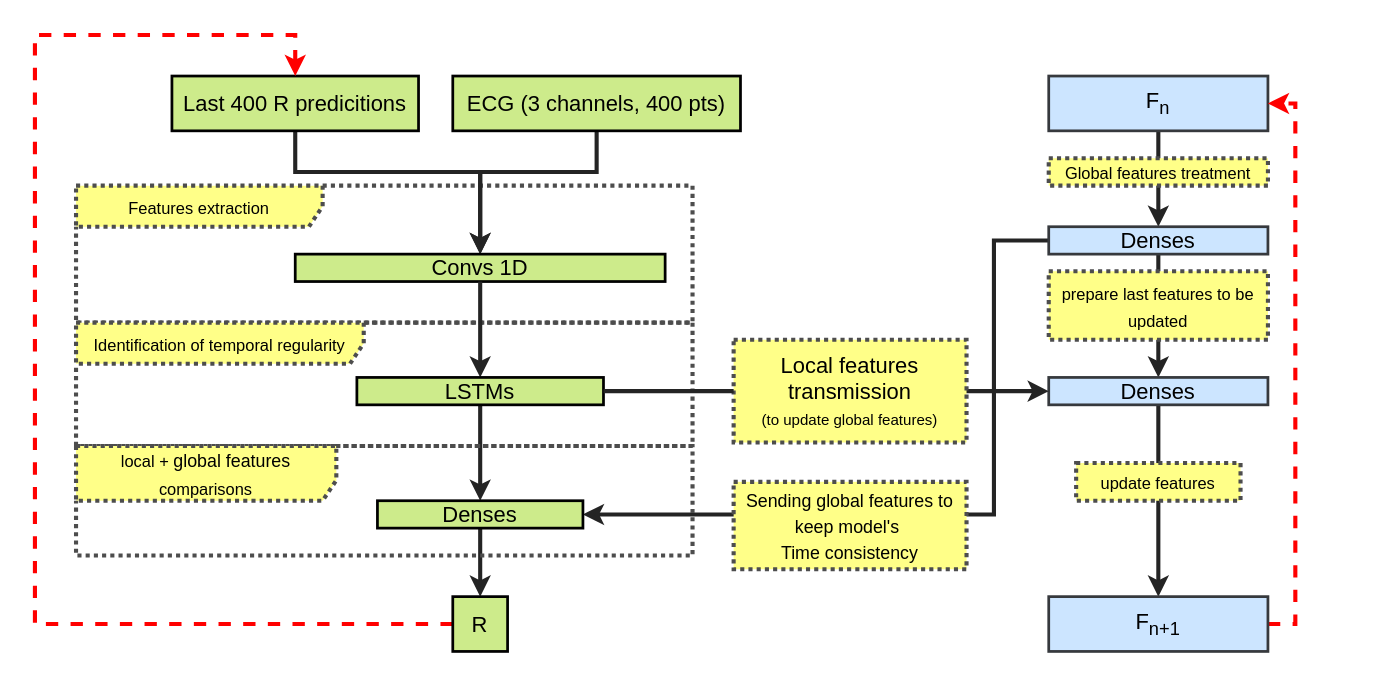
Earlier version of the draw.io diagram page "V-3" (3 of 5) of Model.drawio (melpiro/Chess). Source tidied: cells renumbered, new cells numbered last; positions are measured from the earlier drawing's top-left corner, leaving out a move shared by most shapes. Both pictures are drawn from the tidied source at 137%, with x=0, y=0 at pixel (34, 34).
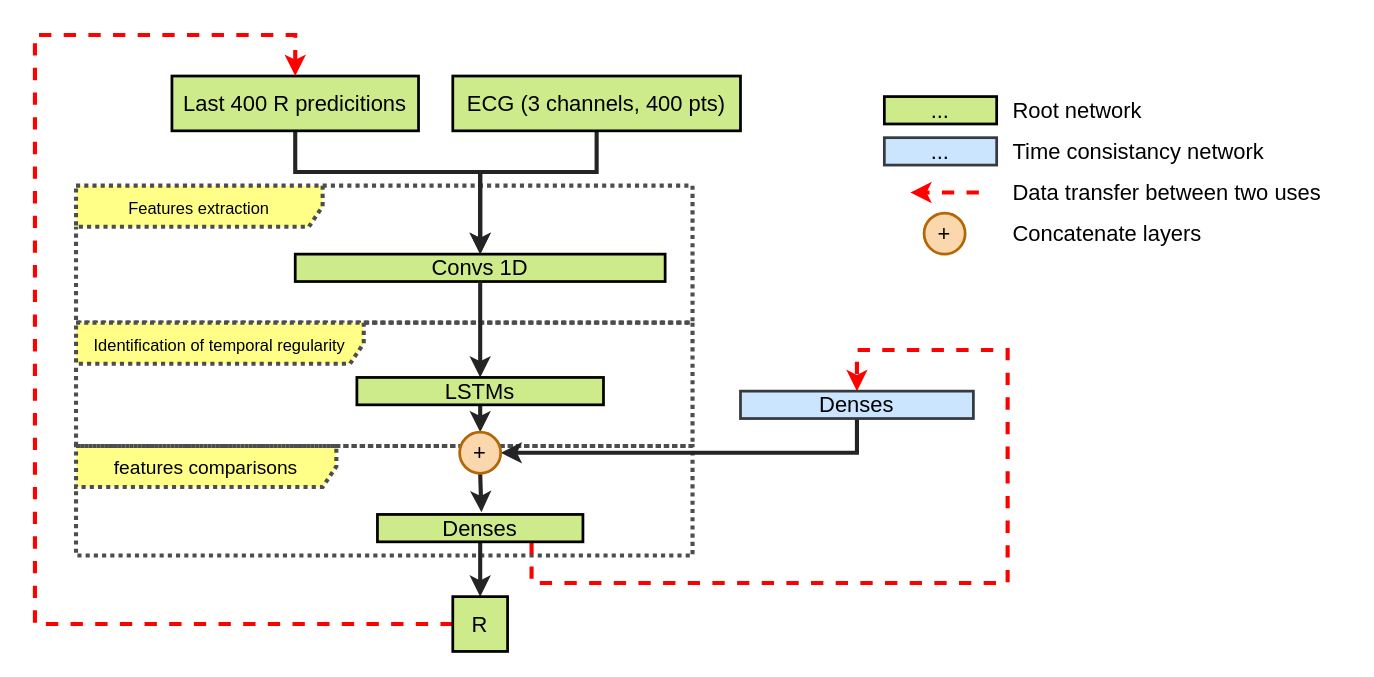
Above is the later version.

Unchanged cells that the change refers to:
```xml
<mxCell id="21" value="LSTMs" style="rounded=0;whiteSpace=wrap;html=1;fillColor=#cdeb8b;strokeColor=#000000;fontColor=#000000;fontSize=16;strokeWidth=2;" parent="1" vertex="1">
  <mxGeometry x="235" y="250" width="180" height="20" as="geometry" />
</mxCell>
```

The edit, as a diff of the source:
```diff
@@
+    <mxCell id="26" value="&lt;font style=&quot;font-size: 14px&quot;&gt;features&amp;nbsp;&lt;font style=&quot;font-size: 14px&quot;&gt;comparisons&lt;/font&gt;&lt;/font&gt;" style="shape=umlFrame;whiteSpace=wrap;html=1;fontSize=16;strokeWidth=3;fillColor=#ffff88;fontColor=#000000;dashed=1;width=190;height=30;dashPattern=1 1;strokeColor=#4D4D4D;" parent="1" vertex="1">
+      <mxGeometry x="30" y="300" width="450" height="80" as="geometry" />
+    </mxCell>
@@
-    <mxCell id="10" style="edgeStyle=orthogonalEdgeStyle;rounded=0;jettySize=auto;html=1;exitX=0.5;exitY=1;exitDx=0;exitDy=0;fontSize=16;fontColor=#000000;strokeColor=#242424;strokeWidth=3;entryX=0.5;entryY=0;entryDx=0;entryDy=0;" parent="1" edge="1" source="11" target="14">
-      <mxGeometry relative="1" as="geometry" />
-    </mxCell>
-    <mxCell id="11" value="&lt;font color=&quot;#000000&quot;&gt;F&lt;sub&gt;n&lt;/sub&gt;&lt;/font&gt;" style="rounded=0;whiteSpace=wrap;html=1;fillColor=#cce5ff;strokeColor=#36393d;fontSize=16;strokeWidth=2;" parent="1" vertex="1">
-      <mxGeometry x="740" y="30" width="160" height="40" as="geometry" />
-    </mxCell>
-    <mxCell id="12" style="edgeStyle=orthogonalEdgeStyle;rounded=0;jettySize=auto;html=1;exitX=0.5;exitY=1;exitDx=0;exitDy=0;entryX=0.5;entryY=0;entryDx=0;entryDy=0;fontSize=16;fontColor=#000000;strokeColor=#242424;strokeWidth=3;" parent="1" edge="1" source="14" target="16">
-      <mxGeometry relative="1" as="geometry" />
-    </mxCell>
-    <mxCell id="13" style="edgeStyle=orthogonalEdgeStyle;rounded=0;jettySize=auto;html=1;exitX=0;exitY=0.5;exitDx=0;exitDy=0;entryX=1;entryY=0.5;entryDx=0;entryDy=0;fontSize=16;fontColor=#000000;strokeColor=#242424;strokeWidth=3;" parent="1" edge="1" source="14" target="23">
-      <mxGeometry relative="1" as="geometry">
-        <Array as="points">
-          <mxPoint x="700" y="150" />
-          <mxPoint x="700" y="350" />
-        </Array>
-      </mxGeometry>
-    </mxCell>
-    <mxCell id="14" value="&lt;font color=&quot;#000000&quot;&gt;Denses&lt;/font&gt;" style="rounded=0;whiteSpace=wrap;html=1;fillColor=#cce5ff;strokeColor=#36393d;fontSize=16;strokeWidth=2;" parent="1" vertex="1">
-      <mxGeometry x="740" y="140" width="160" height="20" as="geometry" />
-    </mxCell>
-    <mxCell id="15" style="edgeStyle=orthogonalEdgeStyle;rounded=0;jettySize=auto;html=1;exitX=0.5;exitY=1;exitDx=0;exitDy=0;entryX=0.5;entryY=0;entryDx=0;entryDy=0;fontSize=16;fontColor=#000000;strokeColor=#242424;strokeWidth=3;" parent="1" edge="1" source="16" target="18">
-      <mxGeometry relative="1" as="geometry" />
-    </mxCell>
-    <mxCell id="16" value="&lt;font color=&quot;#000000&quot;&gt;Denses&lt;/font&gt;" style="rounded=0;whiteSpace=wrap;html=1;fillColor=#cce5ff;strokeColor=#36393d;fontSize=16;strokeWidth=2;" parent="1" vertex="1">
-      <mxGeometry x="740" y="250" width="160" height="20" as="geometry" />
-    </mxCell>
-    <mxCell id="17" style="edgeStyle=orthogonalEdgeStyle;rounded=0;jettySize=auto;html=1;exitX=1;exitY=0.5;exitDx=0;exitDy=0;entryX=1;entryY=0.5;entryDx=0;entryDy=0;fontSize=16;fontColor=#000000;strokeWidth=3;dashed=1;strokeColor=#FF0000;" parent="1" edge="1" source="18" target="11">
-      <mxGeometry relative="1" as="geometry">
-        <Array as="points">
-          <mxPoint x="920" y="430" />
-          <mxPoint x="920" y="50" />
-        </Array>
-      </mxGeometry>
-    </mxCell>
-    <mxCell id="18" value="&lt;font color=&quot;#000000&quot;&gt;F&lt;sub&gt;n+1&lt;/sub&gt;&lt;/font&gt;" style="rounded=0;whiteSpace=wrap;html=1;fillColor=#cce5ff;strokeColor=#36393d;fontSize=16;strokeWidth=2;" parent="1" vertex="1">
-      <mxGeometry x="740" y="410" width="160" height="40" as="geometry" />
-    </mxCell>
-    <mxCell id="19" style="edgeStyle=orthogonalEdgeStyle;rounded=0;jettySize=auto;html=1;exitX=0.5;exitY=1;exitDx=0;exitDy=0;fontSize=16;fontColor=#000000;strokeColor=#242424;strokeWidth=3;" parent="1" edge="1" source="21" target="23">
+    <mxCell id="19" style="edgeStyle=orthogonalEdgeStyle;rounded=0;jettySize=auto;html=1;exitX=0.5;exitY=1;exitDx=0;exitDy=0;fontSize=16;fontColor=#000000;strokeColor=#242424;strokeWidth=3;entryX=0.5;entryY=0;entryDx=0;entryDy=0;" parent="1" edge="1" source="21" target="37">
       <mxGeometry relative="1" as="geometry" />
     </mxCell>
-    <mxCell id="20" style="edgeStyle=orthogonalEdgeStyle;rounded=0;jettySize=auto;html=1;exitX=1;exitY=0.5;exitDx=0;exitDy=0;fontSize=16;fontColor=#000000;strokeColor=#242424;strokeWidth=3;entryX=0;entryY=0.5;entryDx=0;entryDy=0;startArrow=none;" parent="1" edge="1" source="31" target="16">
-      <mxGeometry relative="1" as="geometry">
-        <Array as="points">
-          <mxPoint x="670" y="260" />
-        </Array>
-      </mxGeometry>
-    </mxCell>
@@
+    <mxCell id="33" style="edgeStyle=orthogonalEdgeStyle;rounded=0;jettySize=auto;html=1;exitX=0.75;exitY=1;exitDx=0;exitDy=0;fontColor=#000000;fontSize=16;strokeColor=#FF0000;strokeWidth=3;dashed=1;entryX=0.5;entryY=0;entryDx=0;entryDy=0;" parent="1" edge="1" source="23" target="35">
+      <mxGeometry relative="1" as="geometry">
+        <Array as="points">
+          <mxPoint x="363" y="400" />
+          <mxPoint x="710" y="400" />
+          <mxPoint x="710" y="230" />
+          <mxPoint x="600" y="230" />
+        </Array>
+      </mxGeometry>
+    </mxCell>
     <mxCell id="23" value="Denses" style="rounded=0;whiteSpace=wrap;html=1;fillColor=#cdeb8b;strokeColor=#000000;fontColor=#000000;fontSize=16;strokeWidth=2;" parent="1" vertex="1">
-      <mxGeometry x="250" y="340" width="150" height="20" as="geometry" />
+      <mxGeometry x="250" y="350" width="150" height="20" as="geometry" />
     </mxCell>
@@
-    <mxCell id="26" value="&lt;span style=&quot;font-size: 12px&quot;&gt;local&amp;nbsp;+&amp;nbsp;&lt;/span&gt;&lt;span style=&quot;font-size: 13px&quot;&gt;global features &lt;br&gt;&lt;/span&gt;&lt;span style=&quot;font-size: 12px&quot;&gt;comparisons&lt;/span&gt;&lt;span style=&quot;font-size: 12px&quot;&gt;&lt;br&gt;&lt;/span&gt;" style="shape=umlFrame;whiteSpace=wrap;html=1;fontSize=16;strokeWidth=3;fillColor=#ffff88;fontColor=#000000;dashed=1;width=190;height=40;dashPattern=1 1;strokeColor=#4D4D4D;" parent="1" vertex="1">
-      <mxGeometry x="30" y="300" width="450" height="80" as="geometry" />
-    </mxCell>
-    <mxCell id="27" value="&lt;div&gt;&lt;span style=&quot;font-size: 13px&quot;&gt;Sending global features to keep model's&amp;nbsp;&lt;/span&gt;&lt;/div&gt;&lt;div&gt;&lt;span style=&quot;font-size: 13px&quot;&gt;Time consistency&lt;/span&gt;&lt;/div&gt;" style="whiteSpace=wrap;html=1;dashed=1;dashPattern=1 1;fontSize=16;fontColor=#000000;strokeColor=#4D4D4D;strokeWidth=3;fillColor=#ffff88;" parent="1" vertex="1">
-      <mxGeometry x="510" y="326.2" width="170" height="63.8" as="geometry" />
-    </mxCell>
-    <mxCell id="28" value="&lt;font style=&quot;font-size: 12px&quot;&gt;update features&lt;/font&gt;" style="whiteSpace=wrap;html=1;dashed=1;dashPattern=1 1;fontSize=16;fontColor=#000000;strokeColor=#4D4D4D;strokeWidth=3;fillColor=#ffff88;" parent="1" vertex="1">
-      <mxGeometry x="760" y="312.5" width="120" height="27.5" as="geometry" />
-    </mxCell>
-    <mxCell id="29" value="&lt;font style=&quot;font-size: 12px&quot;&gt;prepare last features to be updated&lt;/font&gt;" style="whiteSpace=wrap;html=1;dashed=1;dashPattern=1 1;fontSize=16;fontColor=#000000;strokeColor=#4D4D4D;strokeWidth=3;fillColor=#ffff88;" parent="1" vertex="1">
-      <mxGeometry x="740" y="172.5" width="160" height="50" as="geometry" />
-    </mxCell>
-    <mxCell id="30" value="&lt;font style=&quot;font-size: 12px&quot;&gt;Global features treatment&lt;/font&gt;" style="whiteSpace=wrap;html=1;dashed=1;dashPattern=1 1;fontSize=16;fontColor=#000000;strokeColor=#4D4D4D;strokeWidth=3;fillColor=#ffff88;" parent="1" vertex="1">
-      <mxGeometry x="740" y="90" width="160" height="20" as="geometry" />
-    </mxCell>
-    <mxCell id="31" value="Local features transmission&lt;br&gt;&lt;font style=&quot;font-size: 11px&quot;&gt;(to update global features)&lt;/font&gt;" style="whiteSpace=wrap;html=1;dashed=1;dashPattern=1 1;fontSize=16;fontColor=#000000;strokeColor=#4D4D4D;strokeWidth=3;fillColor=#ffff88;" parent="1" vertex="1">
-      <mxGeometry x="510" y="222.5" width="170" height="75" as="geometry" />
-    </mxCell>
-    <mxCell id="32" style="edgeStyle=orthogonalEdgeStyle;rounded=0;jettySize=auto;html=1;exitX=1;exitY=0.5;exitDx=0;exitDy=0;fontSize=16;fontColor=#000000;strokeColor=#242424;strokeWidth=3;entryX=0;entryY=0.5;entryDx=0;entryDy=0;endArrow=none;" parent="1" edge="1" source="21" target="31">
-      <mxGeometry relative="1" as="geometry">
-        <Array as="points">
-          <mxPoint x="500" y="260" />
-        </Array>
-      </mxGeometry>
-    </mxCell>
+    <mxCell id="34" style="edgeStyle=orthogonalEdgeStyle;rounded=0;jettySize=auto;html=1;exitX=0.5;exitY=1;exitDx=0;exitDy=0;entryX=1;entryY=0.5;entryDx=0;entryDy=0;fontColor=#000000;fontSize=16;strokeColor=#242424;strokeWidth=3;" parent="1" edge="1" source="35" target="37">
+      <mxGeometry relative="1" as="geometry">
+        <Array as="points">
+          <mxPoint x="600" y="305" />
+        </Array>
+      </mxGeometry>
+    </mxCell>
+    <mxCell id="35" value="Denses" style="whiteSpace=wrap;html=1;fontSize=16;fontColor=#000000;strokeColor=#36393d;strokeWidth=2;rounded=0;fillColor=#cce5ff;" parent="1" vertex="1">
+      <mxGeometry x="515" y="260" width="170" height="20" as="geometry" />
+    </mxCell>
+    <mxCell id="36" style="edgeStyle=orthogonalEdgeStyle;rounded=0;jettySize=auto;html=1;exitX=0.5;exitY=1;exitDx=0;exitDy=0;entryX=0.506;entryY=-0.083;entryDx=0;entryDy=0;entryPerimeter=0;fontColor=#000000;fontSize=16;strokeColor=#242424;strokeWidth=3;" parent="1" edge="1" source="37" target="23">
+      <mxGeometry relative="1" as="geometry" />
+    </mxCell>
+    <mxCell id="37" value="+" style="ellipse;whiteSpace=wrap;html=1;rounded=0;strokeColor=#b46504;strokeWidth=2;fillColor=#fad7ac;fontSize=16;fontColor=#000000;" parent="1" vertex="1">
+      <mxGeometry x="310" y="290" width="30" height="30" as="geometry" />
+    </mxCell>
+    <mxCell id="38" style="endArrow=classic;html=1;fontColor=#000000;rounded=0;dashed=1;fontSize=16;strokeColor=#FF0000;strokeWidth=3;" parent="1" edge="1">
+      <mxGeometry relative="1" as="geometry">
+        <mxPoint x="689" y="115" as="sourcePoint" />
+        <mxPoint x="639" y="115" as="targetPoint" />
+      </mxGeometry>
+    </mxCell>
+    <mxCell id="39" value="+" style="ellipse;whiteSpace=wrap;html=1;rounded=0;strokeColor=#b46504;strokeWidth=2;fillColor=#fad7ac;fontSize=16;fontColor=#000000;" parent="1" vertex="1">
+      <mxGeometry x="649" y="130" width="30" height="30" as="geometry" />
+    </mxCell>
+    <mxCell id="40" value="..." style="rounded=0;whiteSpace=wrap;html=1;fillColor=#cce5ff;strokeColor=#36393d;fontColor=#000000;fontSize=16;strokeWidth=2;" parent="1" vertex="1">
+      <mxGeometry x="620" y="75" width="82" height="20" as="geometry" />
+    </mxCell>
+    <mxCell id="41" value="..." style="rounded=0;whiteSpace=wrap;html=1;fillColor=#cdeb8b;strokeColor=#000000;fontColor=#000000;fontSize=16;strokeWidth=2;" parent="1" vertex="1">
+      <mxGeometry x="620" y="45" width="82" height="20" as="geometry" />
+    </mxCell>
+    <mxCell id="42" value="Root network" style="text;html=1;strokeColor=none;fillColor=none;align=left;verticalAlign=middle;whiteSpace=wrap;rounded=0;shadow=0;glass=0;sketch=1;fillWeight=5;hachureGap=-1;fontColor=#000000;fontSize=16;" parent="1" vertex="1">
+      <mxGeometry x="712" y="45" width="110" height="20" as="geometry" />
+    </mxCell>
+    <mxCell id="43" value="Time consistancy network" style="text;html=1;strokeColor=none;fillColor=none;align=left;verticalAlign=middle;whiteSpace=wrap;rounded=0;shadow=0;glass=0;sketch=1;fillWeight=5;hachureGap=-1;fontColor=#000000;fontSize=16;" parent="1" vertex="1">
+      <mxGeometry x="712" y="75" width="198" height="20" as="geometry" />
+    </mxCell>
+    <mxCell id="44" value="Data transfer between two uses" style="text;html=1;strokeColor=none;fillColor=none;align=left;verticalAlign=middle;whiteSpace=wrap;rounded=0;shadow=0;glass=0;sketch=1;fillWeight=5;hachureGap=-1;fontColor=#000000;fontSize=16;" parent="1" vertex="1">
+      <mxGeometry x="712" y="105" width="248" height="20" as="geometry" />
+    </mxCell>
+    <mxCell id="45" value="Concatenate layers" style="text;html=1;strokeColor=none;fillColor=none;align=left;verticalAlign=middle;whiteSpace=wrap;rounded=0;shadow=0;glass=0;sketch=1;fillWeight=5;hachureGap=-1;fontColor=#000000;fontSize=16;" parent="1" vertex="1">
+      <mxGeometry x="712" y="135" width="180" height="20" as="geometry" />
+    </mxCell>
```
